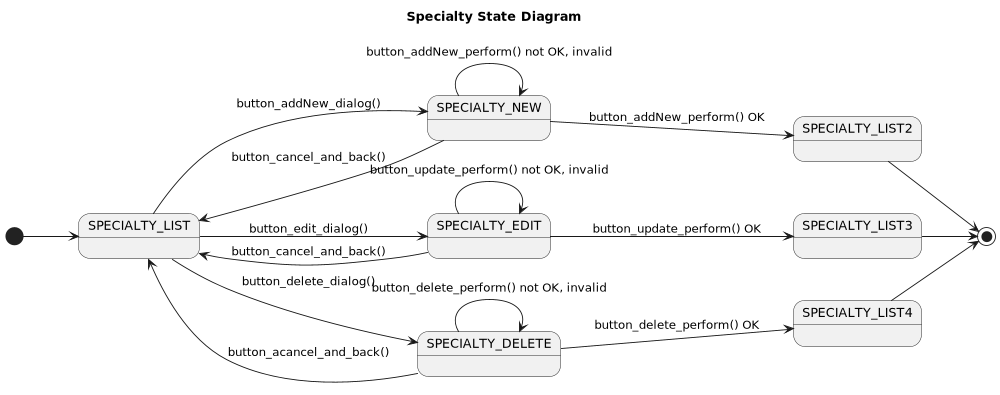
The PlantUML diagram src/main/webapp/img/Specialty__UseCase__State-Specialty_State_Diagram.png in Jakarta-EE-Petclinic/petclinic-jakartaee, before a commit.
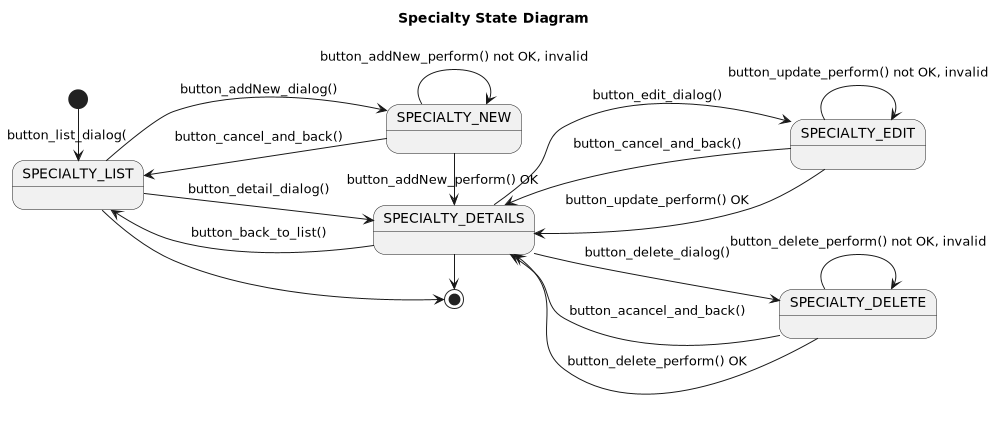
After the commit.

Diff of the diagram source:
```diff
@@ -7,35 +7,34 @@
 
 scale 1000 width
 
-[*] --> SPECIALTY_LIST
-
+[*] -> SPECIALTY_LIST: button_list_dialog(
 
 SPECIALTY_LIST --> SPECIALTY_NEW : button_addNew_dialog()
 SPECIALTY_NEW --> SPECIALTY_LIST: button_cancel_and_back()
-SPECIALTY_NEW --> SPECIALTY_LIST2: button_addNew_perform() OK
-
-SPECIALTY_LIST --> SPECIALTY_EDIT: button_edit_dialog()
-SPECIALTY_EDIT --> SPECIALTY_LIST: button_cancel_and_back()
-SPECIALTY_EDIT --> SPECIALTY_LIST3: button_update_perform() OK
-
-SPECIALTY_LIST --> SPECIALTY_DELETE: button_delete_dialog()
-SPECIALTY_DELETE --> SPECIALTY_LIST: button_acancel_and_back()
-SPECIALTY_DELETE --> SPECIALTY_LIST4: button_delete_perform() OK
-
-SPECIALTY_LIST2 --> [*]
-SPECIALTY_LIST3 --> [*]
-SPECIALTY_LIST4 --> [*]
-
-
 state SPECIALTY_NEW {
     SPECIALTY_NEW --> SPECIALTY_NEW : button_addNew_perform() not OK, invalid
 }
+SPECIALTY_NEW -> SPECIALTY_DETAILS: button_addNew_perform() OK
+
+
+SPECIALTY_LIST -> SPECIALTY_DETAILS: button_detail_dialog()
+SPECIALTY_DETAILS --> SPECIALTY_LIST: button_back_to_list()
+
+SPECIALTY_DETAILS --> SPECIALTY_EDIT: button_edit_dialog()
+SPECIALTY_EDIT --> SPECIALTY_DETAILS: button_cancel_and_back()
 state SPECIALTY_EDIT {
     SPECIALTY_EDIT --> SPECIALTY_EDIT: button_update_perform() not OK, invalid
 }
+SPECIALTY_EDIT --> SPECIALTY_DETAILS: button_update_perform() OK
+
+SPECIALTY_DETAILS --> SPECIALTY_DELETE: button_delete_dialog()
+SPECIALTY_DELETE --> SPECIALTY_DETAILS: button_acancel_and_back()
 state SPECIALTY_DELETE {
     SPECIALTY_DELETE --> SPECIALTY_DELETE: button_delete_perform() not OK, invalid
 }
+SPECIALTY_DELETE --> SPECIALTY_DETAILS: button_delete_perform() OK
 
+SPECIALTY_LIST -> [*]
+SPECIALTY_DETAILS -> [*]
 
 @enduml
```
